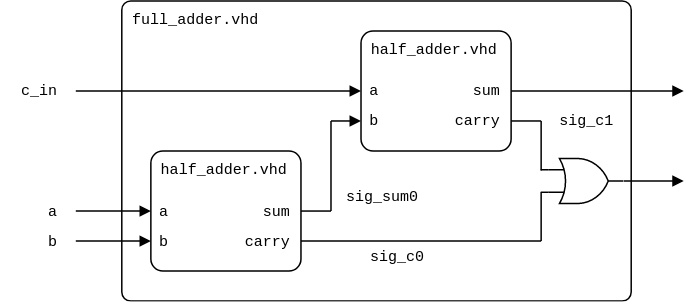
Above: labs/04-adder/images/full-adder_structure2.png in tomas-fryza/vhdl-course (draw.io), before the change. Source tidied: cells renumbered, new cells last; positions are measured from the earlier drawing's top-left corner, leaving out a move shared by most shapes. Its diagram source:
```xml
<mxGraphModel>
  <root>
    <mxCell id="0" />
    <mxCell id="1" parent="0" />
    <mxCell id="2" value="half_adder.vhd" style="rounded=1;arcSize=10;align=left;verticalAlign=top;fontFamily=Courier New;absoluteArcSize=0;fillColor=none;fixDash=0;fontSize=10;spacingLeft=5;labelBorderColor=none;spacingTop=0;spacing=2;labelBackgroundColor=none;whiteSpace=wrap;html=1;strokeWidth=1;shadow=0;glass=0;" parent="1" vertex="1">
      <mxGeometry x="240" y="20" width="100" height="80" as="geometry" />
    </mxCell>
    <mxCell id="3" value="b" style="text;html=1;align=left;verticalAlign=middle;whiteSpace=wrap;rounded=0;fontFamily=Courier New;fontSize=10;fillOpacity=100;spacingLeft=5;" parent="1" vertex="1">
      <mxGeometry x="239.4" y="70" width="60" height="20" as="geometry" />
    </mxCell>
    <mxCell id="4" value="a" style="text;html=1;align=left;verticalAlign=middle;whiteSpace=wrap;rounded=0;fontFamily=Courier New;fontSize=10;fillOpacity=100;spacing=2;spacingLeft=5;" parent="1" vertex="1">
      <mxGeometry x="239.4" y="50" width="60" height="20" as="geometry" />
    </mxCell>
    <mxCell id="5" style="endArrow=block;html=1;rounded=0;endFill=1;endSize=5;startSize=5;" parent="1" edge="1">
      <mxGeometry relative="1" as="geometry">
        <mxPoint x="50" y="60" as="sourcePoint" />
        <mxPoint x="240" y="60" as="targetPoint" />
      </mxGeometry>
    </mxCell>
    <mxCell id="6" style="endArrow=block;html=1;rounded=0;endFill=1;endSize=5;startSize=5;" parent="1" edge="1">
      <mxGeometry relative="1" as="geometry">
        <mxPoint x="220" y="80" as="sourcePoint" />
        <mxPoint x="240" y="80" as="targetPoint" />
      </mxGeometry>
    </mxCell>
    <mxCell id="7" value="sum" style="text;html=1;align=right;verticalAlign=middle;whiteSpace=wrap;rounded=0;fontFamily=Courier New;fontSize=10;fillOpacity=100;spacing=2;spacingRight=5;" parent="1" vertex="1">
      <mxGeometry x="280" y="50" width="60" height="20" as="geometry" />
    </mxCell>
    <mxCell id="8" style="endArrow=block;html=1;rounded=0;exitX=1;exitY=0.5;exitDx=0;exitDy=0;endFill=1;endSize=5;startSize=5;" parent="1" edge="1" source="7">
      <mxGeometry relative="1" as="geometry">
        <mxPoint x="455" y="60" as="targetPoint" />
      </mxGeometry>
    </mxCell>
    <mxCell id="9" value="carry" style="text;html=1;align=right;verticalAlign=middle;whiteSpace=wrap;rounded=0;fontFamily=Courier New;fontSize=10;fillOpacity=100;spacing=2;spacingRight=5;" parent="1" vertex="1">
      <mxGeometry x="280" y="70" width="60" height="20" as="geometry" />
    </mxCell>
    <mxCell id="10" style="endArrow=none;html=1;rounded=0;exitX=1;exitY=0.5;exitDx=0;exitDy=0;endFill=0;endSize=5;startSize=5;" parent="1" edge="1" source="9">
      <mxGeometry relative="1" as="geometry">
        <mxPoint x="360" y="80" as="targetPoint" />
      </mxGeometry>
    </mxCell>
    <mxCell id="11" value="half_adder.vhd" style="rounded=1;arcSize=10;align=left;verticalAlign=top;fontFamily=Courier New;absoluteArcSize=0;fillColor=none;fixDash=0;fontSize=10;spacingLeft=5;labelBorderColor=none;spacingTop=0;spacing=2;labelBackgroundColor=none;whiteSpace=wrap;html=1;strokeWidth=1;shadow=0;glass=0;" parent="1" vertex="1">
      <mxGeometry x="100" y="100" width="100" height="80" as="geometry" />
    </mxCell>
    <mxCell id="12" value="b" style="text;html=1;align=left;verticalAlign=middle;whiteSpace=wrap;rounded=0;fontFamily=Courier New;fontSize=10;fillOpacity=100;spacingLeft=5;" parent="1" vertex="1">
      <mxGeometry x="99.4" y="150" width="60" height="20" as="geometry" />
    </mxCell>
    <mxCell id="13" value="a" style="text;html=1;align=left;verticalAlign=middle;whiteSpace=wrap;rounded=0;fontFamily=Courier New;fontSize=10;fillOpacity=100;spacing=2;spacingLeft=5;" parent="1" vertex="1">
      <mxGeometry x="99.4" y="130" width="60" height="20" as="geometry" />
    </mxCell>
    <mxCell id="14" value="sum" style="text;html=1;align=right;verticalAlign=middle;whiteSpace=wrap;rounded=0;fontFamily=Courier New;fontSize=10;fillOpacity=100;spacing=2;spacingRight=5;" parent="1" vertex="1">
      <mxGeometry x="140" y="130" width="60" height="20" as="geometry" />
    </mxCell>
    <mxCell id="15" value="carry" style="text;html=1;align=right;verticalAlign=middle;whiteSpace=wrap;rounded=0;fontFamily=Courier New;fontSize=10;fillOpacity=100;spacing=2;spacingRight=5;" parent="1" vertex="1">
      <mxGeometry x="140" y="150" width="60" height="20" as="geometry" />
    </mxCell>
    <mxCell id="16" style="endArrow=block;html=1;rounded=0;endFill=1;endSize=5;startSize=5;" parent="1" edge="1">
      <mxGeometry relative="1" as="geometry">
        <mxPoint x="50" y="140" as="sourcePoint" />
        <mxPoint x="100" y="140" as="targetPoint" />
      </mxGeometry>
    </mxCell>
    <mxCell id="17" style="endArrow=block;html=1;rounded=0;endFill=1;endSize=5;startSize=5;" parent="1" edge="1">
      <mxGeometry relative="1" as="geometry">
        <mxPoint x="50" y="160" as="sourcePoint" />
        <mxPoint x="100" y="160" as="targetPoint" />
      </mxGeometry>
    </mxCell>
    <mxCell id="18" style="endArrow=none;html=1;rounded=0;exitX=1;exitY=0.5;exitDx=0;exitDy=0;endFill=0;endSize=5;startSize=5;" parent="1" edge="1">
      <mxGeometry relative="1" as="geometry">
        <mxPoint x="200" y="140" as="sourcePoint" />
        <mxPoint x="220" y="140" as="targetPoint" />
      </mxGeometry>
    </mxCell>
    <mxCell id="19" style="endArrow=none;html=1;rounded=0;exitX=1;exitY=0.5;exitDx=0;exitDy=0;endFill=0;endSize=5;startSize=5;" parent="1" edge="1">
      <mxGeometry relative="1" as="geometry">
        <mxPoint x="200" y="160" as="sourcePoint" />
        <mxPoint x="360" y="160" as="targetPoint" />
      </mxGeometry>
    </mxCell>
    <mxCell id="20" style="endArrow=none;html=1;rounded=0;startArrow=none;startFill=0;endSize=4;startSize=4;" parent="1" edge="1">
      <mxGeometry relative="1" as="geometry">
        <mxPoint x="220" y="80" as="sourcePoint" />
        <mxPoint x="220" y="140" as="targetPoint" />
      </mxGeometry>
    </mxCell>
    <mxCell id="21" style="verticalLabelPosition=bottom;shadow=0;dashed=0;align=center;html=1;verticalAlign=top;shape=mxgraph.electrical.logic_gates.logic_gate;operation=or;" parent="1" vertex="1">
      <mxGeometry x="364.7" y="105" width="50" height="30" as="geometry" />
    </mxCell>
    <mxCell id="22" style="endArrow=none;html=1;rounded=0;endFill=0;endSize=5;startSize=5;" parent="1" edge="1">
      <mxGeometry relative="1" as="geometry">
        <mxPoint x="359.7" y="112.5" as="sourcePoint" />
        <mxPoint x="364.7" y="112.5" as="targetPoint" />
      </mxGeometry>
    </mxCell>
    <mxCell id="23" style="endArrow=none;html=1;rounded=0;endFill=0;endSize=5;startSize=5;" parent="1" edge="1">
      <mxGeometry relative="1" as="geometry">
        <mxPoint x="360" y="80" as="sourcePoint" />
        <mxPoint x="360" y="113" as="targetPoint" />
      </mxGeometry>
    </mxCell>
    <mxCell id="24" style="endArrow=none;html=1;rounded=0;endFill=0;endSize=5;startSize=5;" parent="1" edge="1">
      <mxGeometry relative="1" as="geometry">
        <mxPoint x="360" y="127.5" as="sourcePoint" />
        <mxPoint x="360" y="160" as="targetPoint" />
      </mxGeometry>
    </mxCell>
    <mxCell id="25" style="endArrow=none;html=1;rounded=0;endFill=0;endSize=5;startSize=5;" parent="1" edge="1">
      <mxGeometry relative="1" as="geometry">
        <mxPoint x="359.7" y="127.5" as="sourcePoint" />
        <mxPoint x="364.7" y="127.5" as="targetPoint" />
      </mxGeometry>
    </mxCell>
    <mxCell id="26" style="endArrow=block;html=1;rounded=0;endFill=1;orthogonal=1;endSize=5;startSize=5;" parent="1" edge="1">
      <mxGeometry relative="1" as="geometry">
        <mxPoint x="415" y="120" as="sourcePoint" />
        <mxPoint x="455" y="120" as="targetPoint" />
      </mxGeometry>
    </mxCell>
    <mxCell id="27" value="c_in" style="text;html=1;align=right;verticalAlign=middle;whiteSpace=wrap;rounded=0;fontFamily=Courier New;fontSize=10;fillOpacity=100;spacing=2;spacingLeft=0;" parent="1" vertex="1">
      <mxGeometry y="50" width="40" height="20" as="geometry" />
    </mxCell>
    <mxCell id="28" value="a" style="text;html=1;align=right;verticalAlign=middle;whiteSpace=wrap;rounded=0;fontFamily=Courier New;fontSize=10;fillOpacity=100;spacing=2;spacingLeft=0;" parent="1" vertex="1">
      <mxGeometry y="130" width="40" height="20" as="geometry" />
    </mxCell>
    <mxCell id="29" value="b" style="text;html=1;align=right;verticalAlign=middle;whiteSpace=wrap;rounded=0;fontFamily=Courier New;fontSize=10;fillOpacity=100;spacing=2;spacingLeft=0;" parent="1" vertex="1">
      <mxGeometry y="150" width="40" height="20" as="geometry" />
    </mxCell>
    <mxCell id="30" value="sig_c0" style="text;html=1;align=center;verticalAlign=middle;whiteSpace=wrap;rounded=0;fontFamily=Courier New;fontSize=10;fillOpacity=100;spacing=2;spacingLeft=0;" parent="1" vertex="1">
      <mxGeometry x="239.4" y="160" width="50.6" height="20" as="geometry" />
    </mxCell>
    <mxCell id="31" value="sig_sum0" style="text;html=1;align=center;verticalAlign=middle;whiteSpace=wrap;rounded=0;fontFamily=Courier New;fontSize=10;fillOpacity=100;spacing=2;spacingLeft=0;" parent="1" vertex="1">
      <mxGeometry x="228.7" y="120" width="50.6" height="20" as="geometry" />
    </mxCell>
    <mxCell id="32" value="sig_c1" style="text;html=1;align=center;verticalAlign=middle;whiteSpace=wrap;rounded=0;fontFamily=Courier New;fontSize=10;fillOpacity=100;spacing=2;spacingLeft=0;" parent="1" vertex="1">
      <mxGeometry x="364.7" y="70" width="50.6" height="20" as="geometry" />
    </mxCell>
    <mxCell id="33" value="full_adder.vhd" style="rounded=1;arcSize=3;whiteSpace=wrap;html=1;align=left;verticalAlign=top;fontFamily=Courier New;absoluteArcSize=0;fillColor=none;fontSize=10;spacingLeft=5;imageHeight=24;" parent="1" vertex="1">
      <mxGeometry x="80.6" width="339.4" height="200" as="geometry" />
    </mxCell>
  </root>
</mxGraphModel>
```
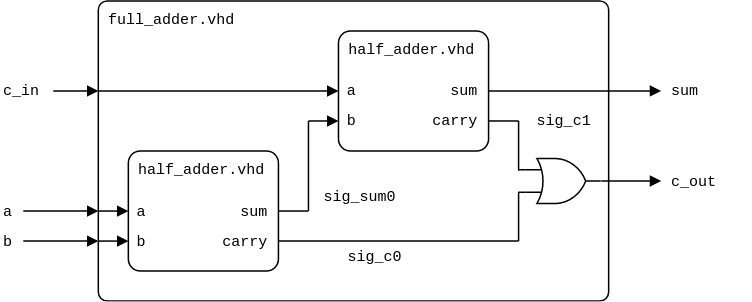
The same diagram one commit later.

Change to the diagram source:
```diff
@@ -13,7 +13,7 @@
     </mxCell>
     <mxCell id="5" style="endArrow=block;html=1;rounded=0;endFill=1;endSize=5;startSize=5;" parent="1" edge="1">
       <mxGeometry relative="1" as="geometry">
-        <mxPoint x="50" y="60" as="sourcePoint" />
+        <mxPoint x="80" y="60" as="sourcePoint" />
         <mxPoint x="240" y="60" as="targetPoint" />
       </mxGeometry>
     </mxCell>
@@ -56,13 +56,13 @@
     </mxCell>
     <mxCell id="16" style="endArrow=block;html=1;rounded=0;endFill=1;endSize=5;startSize=5;" parent="1" edge="1">
       <mxGeometry relative="1" as="geometry">
-        <mxPoint x="50" y="140" as="sourcePoint" />
+        <mxPoint x="80" y="140" as="sourcePoint" />
         <mxPoint x="100" y="140" as="targetPoint" />
       </mxGeometry>
     </mxCell>
     <mxCell id="17" style="endArrow=block;html=1;rounded=0;endFill=1;endSize=5;startSize=5;" parent="1" edge="1">
       <mxGeometry relative="1" as="geometry">
-        <mxPoint x="50" y="160" as="sourcePoint" />
+        <mxPoint x="80" y="160" as="sourcePoint" />
         <mxPoint x="100" y="160" as="targetPoint" />
       </mxGeometry>
     </mxCell>
@@ -117,26 +117,50 @@
         <mxPoint x="455" y="120" as="targetPoint" />
       </mxGeometry>
     </mxCell>
-    <mxCell id="27" value="c_in" style="text;html=1;align=right;verticalAlign=middle;whiteSpace=wrap;rounded=0;fontFamily=Courier New;fontSize=10;fillOpacity=100;spacing=2;spacingLeft=0;" parent="1" vertex="1">
-      <mxGeometry y="50" width="40" height="20" as="geometry" />
+    <mxCell id="27" value="c_out" style="text;html=1;align=left;verticalAlign=middle;whiteSpace=wrap;rounded=0;fontFamily=Courier New;fontSize=10;fillOpacity=100;spacing=2;spacingLeft=5;" parent="1" vertex="1">
+      <mxGeometry x="454.7" y="110" width="60.6" height="20" as="geometry" />
     </mxCell>
-    <mxCell id="28" value="a" style="text;html=1;align=right;verticalAlign=middle;whiteSpace=wrap;rounded=0;fontFamily=Courier New;fontSize=10;fillOpacity=100;spacing=2;spacingLeft=0;" parent="1" vertex="1">
-      <mxGeometry y="130" width="40" height="20" as="geometry" />
+    <mxCell id="28" value="sum" style="text;html=1;align=left;verticalAlign=middle;whiteSpace=wrap;rounded=0;fontFamily=Courier New;fontSize=10;fillOpacity=100;spacing=2;spacingLeft=5;" parent="1" vertex="1">
+      <mxGeometry x="454.7" y="50" width="60.6" height="20" as="geometry" />
     </mxCell>
-    <mxCell id="29" value="b" style="text;html=1;align=right;verticalAlign=middle;whiteSpace=wrap;rounded=0;fontFamily=Courier New;fontSize=10;fillOpacity=100;spacing=2;spacingLeft=0;" parent="1" vertex="1">
-      <mxGeometry y="150" width="40" height="20" as="geometry" />
+    <mxCell id="29" value="c_in" style="text;html=1;align=left;verticalAlign=middle;whiteSpace=wrap;rounded=0;fontFamily=Courier New;fontSize=10;fillOpacity=100;spacing=2;spacingLeft=0;" parent="1" vertex="1">
+      <mxGeometry x="15" y="50" width="35" height="20" as="geometry" />
     </mxCell>
-    <mxCell id="30" value="sig_c0" style="text;html=1;align=center;verticalAlign=middle;whiteSpace=wrap;rounded=0;fontFamily=Courier New;fontSize=10;fillOpacity=100;spacing=2;spacingLeft=0;" parent="1" vertex="1">
-      <mxGeometry x="239.4" y="160" width="50.6" height="20" as="geometry" />
+    <mxCell id="30" value="a" style="text;html=1;align=left;verticalAlign=middle;whiteSpace=wrap;rounded=0;fontFamily=Courier New;fontSize=10;fillOpacity=100;spacing=2;spacingLeft=0;" parent="1" vertex="1">
+      <mxGeometry x="15" y="130" width="20" height="20" as="geometry" />
     </mxCell>
-    <mxCell id="31" value="sig_sum0" style="text;html=1;align=center;verticalAlign=middle;whiteSpace=wrap;rounded=0;fontFamily=Courier New;fontSize=10;fillOpacity=100;spacing=2;spacingLeft=0;" parent="1" vertex="1">
-      <mxGeometry x="228.7" y="120" width="50.6" height="20" as="geometry" />
+    <mxCell id="31" value="b" style="text;html=1;align=left;verticalAlign=middle;whiteSpace=wrap;rounded=0;fontFamily=Courier New;fontSize=10;fillOpacity=100;spacing=2;spacingLeft=0;" parent="1" vertex="1">
+      <mxGeometry x="15" y="150" width="20" height="20" as="geometry" />
     </mxCell>
-    <mxCell id="32" value="sig_c1" style="text;html=1;align=center;verticalAlign=middle;whiteSpace=wrap;rounded=0;fontFamily=Courier New;fontSize=10;fillOpacity=100;spacing=2;spacingLeft=0;" parent="1" vertex="1">
-      <mxGeometry x="364.7" y="70" width="50.6" height="20" as="geometry" />
+    <mxCell id="32" value="sig_c0" style="text;html=1;align=center;verticalAlign=middle;whiteSpace=wrap;rounded=0;fontFamily=Courier New;fontSize=10;fillOpacity=100;spacing=2;spacingLeft=0;" parent="1" vertex="1">
+      <mxGeometry x="239.4" y="160" width="50.6" height="20" as="geometry" />
     </mxCell>
-    <mxCell id="33" value="full_adder.vhd" style="rounded=1;arcSize=3;whiteSpace=wrap;html=1;align=left;verticalAlign=top;fontFamily=Courier New;absoluteArcSize=0;fillColor=none;fontSize=10;spacingLeft=5;imageHeight=24;" parent="1" vertex="1">
-      <mxGeometry x="80.6" width="339.4" height="200" as="geometry" />
+    <mxCell id="33" value="sig_sum0" style="text;html=1;align=center;verticalAlign=middle;whiteSpace=wrap;rounded=0;fontFamily=Courier New;fontSize=10;fillOpacity=100;spacing=2;spacingLeft=0;" parent="1" vertex="1">
+      <mxGeometry x="228.7" y="120" width="50.6" height="20" as="geometry" />
     </mxCell>
+    <mxCell id="34" value="sig_c1" style="text;html=1;align=center;verticalAlign=middle;whiteSpace=wrap;rounded=0;fontFamily=Courier New;fontSize=10;fillOpacity=100;spacing=2;spacingLeft=0;" parent="1" vertex="1">
+      <mxGeometry x="364.7" y="70" width="50.6" height="20" as="geometry" />
+    </mxCell>
+    <mxCell id="35" value="full_adder.vhd" style="rounded=1;arcSize=3;whiteSpace=wrap;html=1;align=left;verticalAlign=top;fontFamily=Courier New;absoluteArcSize=0;fillColor=none;fontSize=10;spacingLeft=5;imageHeight=24;" parent="1" vertex="1">
+      <mxGeometry x="80" width="340" height="200" as="geometry" />
+    </mxCell>
+    <mxCell id="36" style="endArrow=block;html=1;rounded=0;endFill=1;endSize=5;startSize=5;" parent="1" edge="1">
+      <mxGeometry relative="1" as="geometry">
+        <mxPoint x="30" y="160" as="sourcePoint" />
+        <mxPoint x="80" y="160" as="targetPoint" />
+      </mxGeometry>
+    </mxCell>
+    <mxCell id="37" style="endArrow=block;html=1;rounded=0;endFill=1;endSize=5;startSize=5;" parent="1" edge="1">
+      <mxGeometry relative="1" as="geometry">
+        <mxPoint x="30" y="140" as="sourcePoint" />
+        <mxPoint x="80" y="140" as="targetPoint" />
+      </mxGeometry>
+    </mxCell>
+    <mxCell id="38" style="endArrow=block;html=1;rounded=0;endFill=1;endSize=5;startSize=5;" parent="1" edge="1">
+      <mxGeometry relative="1" as="geometry">
+        <mxPoint x="50" y="60" as="sourcePoint" />
+        <mxPoint x="80" y="60" as="targetPoint" />
+      </mxGeometry>
+    </mxCell>
   </root>
 </mxGraphModel>
```
